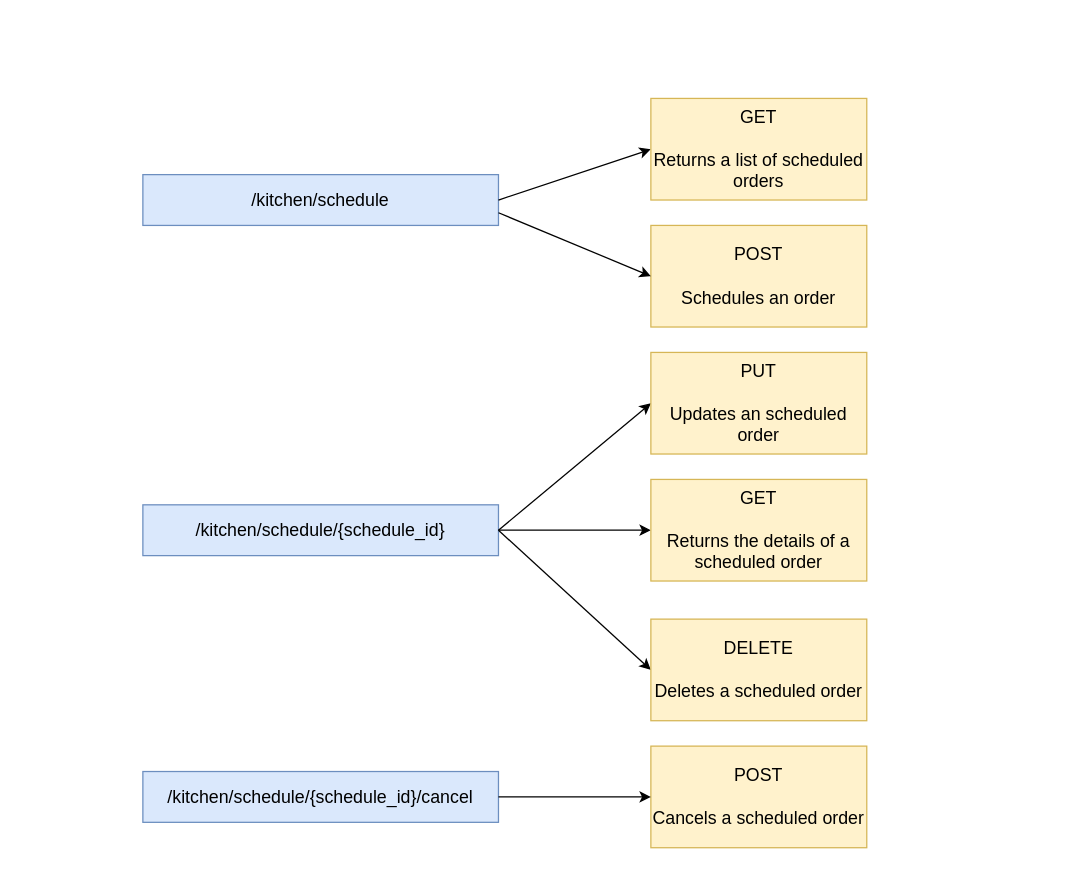
Earlier version of the draw.io diagram page "6.4" (4 of 15) of ch06.drawio (abunuwas/microservices-apis-img). Source tidied: cells renumbered, new cells numbered last; positions are measured from the earlier drawing's top-left corner, leaving out a move shared by most shapes. Both pictures are drawn from the tidied source at 127%, with x=0, y=0 at pixel (142, 98).
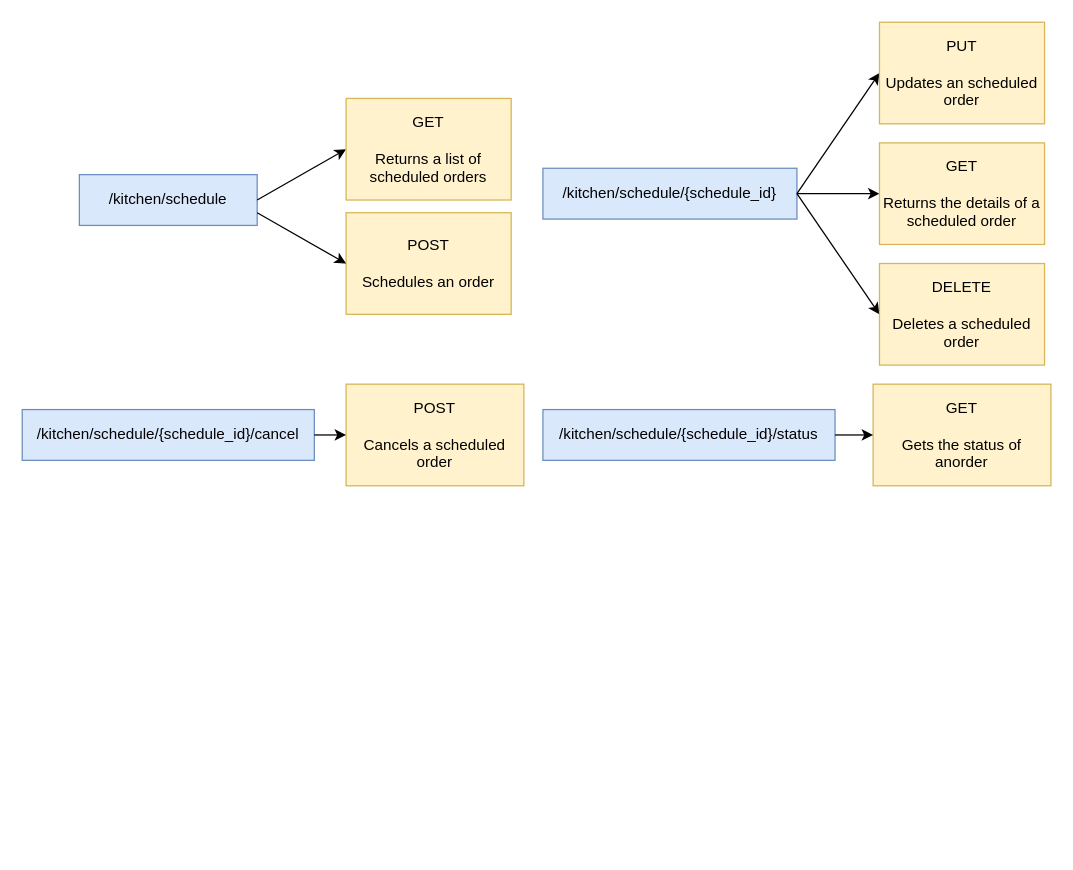
The same page after the edit.

What changed in the source:
```diff
@@
 <mxGraphModel>
   <root>
     <mxCell id="0" />
     <mxCell id="1" parent="0" />
-    <mxCell id="2" value="&lt;font style=&quot;font-size: 14px&quot;&gt;/kitchen/schedule&lt;/font&gt;" style="text;html=1;fillColor=#dae8fc;align=center;verticalAlign=middle;whiteSpace=wrap;rounded=0;strokeColor=#6c8ebf;" parent="1" vertex="1">
-      <mxGeometry y="60" width="280" height="40" as="geometry" />
+    <mxCell id="2" value="&lt;font style=&quot;font-size: 12px;&quot;&gt;/kitchen/schedule&lt;/font&gt;" style="text;html=1;fillColor=#dae8fc;align=center;verticalAlign=middle;whiteSpace=wrap;rounded=0;strokeColor=#6c8ebf;fontSize=12;" parent="1" vertex="1">
+      <mxGeometry x="-50" y="60" width="140" height="40" as="geometry" />
     </mxCell>
-    <mxCell id="3" value="&lt;font style=&quot;font-size: 14px&quot;&gt;/kitchen/schedule/{schedule_id}&lt;/font&gt;" style="text;html=1;fillColor=#dae8fc;align=center;verticalAlign=middle;whiteSpace=wrap;rounded=0;strokeColor=#6c8ebf;" parent="1" vertex="1">
-      <mxGeometry y="320" width="280" height="40" as="geometry" />
+    <mxCell id="3" value="&lt;font style=&quot;font-size: 12px;&quot;&gt;/kitchen/schedule/{schedule_id}&lt;/font&gt;" style="text;html=1;fillColor=#dae8fc;align=center;verticalAlign=middle;whiteSpace=wrap;rounded=0;strokeColor=#6c8ebf;fontSize=12;" parent="1" vertex="1">
+      <mxGeometry x="315" y="55" width="200" height="40" as="geometry" />
     </mxCell>
-    <mxCell id="4" value="&lt;font style=&quot;font-size: 14px&quot;&gt;/kitchen/schedule/{schedule_id}/cancel&lt;/font&gt;" style="text;html=1;fillColor=#dae8fc;align=center;verticalAlign=middle;whiteSpace=wrap;rounded=0;strokeColor=#6c8ebf;" parent="1" vertex="1">
-      <mxGeometry y="530" width="280" height="40" as="geometry" />
+    <mxCell id="4" value="&lt;font style=&quot;font-size: 12px;&quot;&gt;/kitchen/schedule/{schedule_id}/cancel&lt;/font&gt;" style="text;html=1;fillColor=#dae8fc;align=center;verticalAlign=middle;whiteSpace=wrap;rounded=0;strokeColor=#6c8ebf;fontSize=12;" parent="1" vertex="1">
+      <mxGeometry x="-95" y="245" width="230" height="40" as="geometry" />
     </mxCell>
-    <mxCell id="5" style="endArrow=classic;html=1;exitX=1;exitY=0.5;exitDx=0;exitDy=0;entryX=0;entryY=0.5;entryDx=0;entryDy=0;" parent="1" edge="1" source="2" target="6">
+    <mxCell id="5" style="endArrow=classic;html=1;exitX=1;exitY=0.5;exitDx=0;exitDy=0;entryX=0;entryY=0.5;entryDx=0;entryDy=0;fontSize=12;" parent="1" edge="1" source="2" target="6">
       <mxGeometry relative="1" as="geometry" />
     </mxCell>
-    <mxCell id="6" value="&lt;font style=&quot;font-size: 14px&quot;&gt;&lt;span&gt;GET&lt;br&gt;&lt;/span&gt;&lt;br&gt;&lt;font style=&quot;font-size: 14px&quot;&gt;Returns a list of scheduled orders&lt;/font&gt;&lt;br&gt;&lt;/font&gt;" style="text;html=1;fillColor=#fff2cc;align=center;verticalAlign=middle;whiteSpace=wrap;rounded=0;strokeColor=#d6b656;" parent="1" vertex="1">
-      <mxGeometry x="400" width="170" height="80" as="geometry" />
+    <mxCell id="6" value="&lt;font style=&quot;font-size: 12px;&quot;&gt;&lt;span style=&quot;font-size: 12px;&quot;&gt;GET&lt;br style=&quot;font-size: 12px;&quot;&gt;&lt;/span&gt;&lt;br style=&quot;font-size: 12px;&quot;&gt;&lt;font style=&quot;font-size: 12px;&quot;&gt;Returns a list of scheduled orders&lt;/font&gt;&lt;br style=&quot;font-size: 12px;&quot;&gt;&lt;/font&gt;" style="text;html=1;fillColor=#fff2cc;align=center;verticalAlign=middle;whiteSpace=wrap;rounded=0;strokeColor=#d6b656;fontSize=12;" parent="1" vertex="1">
+      <mxGeometry x="160" width="130" height="80" as="geometry" />
     </mxCell>
-    <mxCell id="7" value="&lt;font style=&quot;font-size: 14px&quot;&gt;&lt;span&gt;POST&lt;br&gt;&lt;/span&gt;&lt;br&gt;&lt;font style=&quot;font-size: 14px&quot;&gt;Schedules an order&lt;/font&gt;&lt;br&gt;&lt;/font&gt;" style="text;html=1;fillColor=#fff2cc;align=center;verticalAlign=middle;whiteSpace=wrap;rounded=0;strokeColor=#d6b656;" parent="1" vertex="1">
-      <mxGeometry x="400" y="100" width="170" height="80" as="geometry" />
+    <mxCell id="7" value="&lt;font style=&quot;font-size: 12px;&quot;&gt;&lt;span style=&quot;font-size: 12px;&quot;&gt;POST&lt;br style=&quot;font-size: 12px;&quot;&gt;&lt;/span&gt;&lt;br style=&quot;font-size: 12px;&quot;&gt;&lt;font style=&quot;font-size: 12px;&quot;&gt;Schedules an order&lt;/font&gt;&lt;br style=&quot;font-size: 12px;&quot;&gt;&lt;/font&gt;" style="text;html=1;fillColor=#fff2cc;align=center;verticalAlign=middle;whiteSpace=wrap;rounded=0;strokeColor=#d6b656;fontSize=12;" parent="1" vertex="1">
+      <mxGeometry x="160" y="90" width="130" height="80" as="geometry" />
     </mxCell>
-    <mxCell id="8" style="endArrow=classic;html=1;exitX=1;exitY=0.75;exitDx=0;exitDy=0;entryX=0;entryY=0.5;entryDx=0;entryDy=0;" parent="1" edge="1" source="2" target="7">
+    <mxCell id="8" style="endArrow=classic;html=1;exitX=1;exitY=0.75;exitDx=0;exitDy=0;entryX=0;entryY=0.5;entryDx=0;entryDy=0;fontSize=12;" parent="1" edge="1" source="2" target="7">
       <mxGeometry relative="1" as="geometry" />
     </mxCell>
-    <mxCell id="9" style="endArrow=classic;html=1;exitX=1;exitY=0.5;exitDx=0;exitDy=0;entryX=0;entryY=0.5;entryDx=0;entryDy=0;" parent="1" edge="1" source="3" target="10">
+    <mxCell id="9" style="endArrow=classic;html=1;exitX=1;exitY=0.5;exitDx=0;exitDy=0;entryX=0;entryY=0.5;entryDx=0;entryDy=0;fontSize=12;" parent="1" edge="1" source="3" target="10">
       <mxGeometry relative="1" as="geometry" />
     </mxCell>
-    <mxCell id="10" value="&lt;font style=&quot;font-size: 14px&quot;&gt;&lt;span&gt;GET&lt;br&gt;&lt;/span&gt;&lt;br&gt;&lt;font style=&quot;font-size: 14px&quot;&gt;Returns the details of a scheduled order&lt;/font&gt;&lt;br&gt;&lt;/font&gt;" style="text;html=1;fillColor=#fff2cc;align=center;verticalAlign=middle;whiteSpace=wrap;rounded=0;strokeColor=#d6b656;" parent="1" vertex="1">
-      <mxGeometry x="400" y="300" width="170" height="80" as="geometry" />
+    <mxCell id="10" value="&lt;font style=&quot;font-size: 12px;&quot;&gt;&lt;span style=&quot;font-size: 12px;&quot;&gt;GET&lt;br style=&quot;font-size: 12px;&quot;&gt;&lt;/span&gt;&lt;br style=&quot;font-size: 12px;&quot;&gt;&lt;font style=&quot;font-size: 12px;&quot;&gt;Returns the details of a scheduled order&lt;/font&gt;&lt;br style=&quot;font-size: 12px;&quot;&gt;&lt;/font&gt;" style="text;html=1;fillColor=#fff2cc;align=center;verticalAlign=middle;whiteSpace=wrap;rounded=0;strokeColor=#d6b656;fontSize=12;" parent="1" vertex="1">
+      <mxGeometry x="580" y="35" width="130" height="80" as="geometry" />
     </mxCell>
-    <mxCell id="11" style="endArrow=classic;html=1;exitX=1;exitY=0.5;exitDx=0;exitDy=0;entryX=0;entryY=0.5;entryDx=0;entryDy=0;" parent="1" edge="1" source="3" target="12">
+    <mxCell id="11" style="endArrow=classic;html=1;exitX=1;exitY=0.5;exitDx=0;exitDy=0;entryX=0;entryY=0.5;entryDx=0;entryDy=0;fontSize=12;" parent="1" edge="1" source="3" target="12">
       <mxGeometry relative="1" as="geometry" />
     </mxCell>
-    <mxCell id="12" value="&lt;font style=&quot;font-size: 14px&quot;&gt;&lt;span&gt;PUT&lt;br&gt;&lt;/span&gt;&lt;br&gt;&lt;font style=&quot;font-size: 14px&quot;&gt;Updates an scheduled order&lt;/font&gt;&lt;br&gt;&lt;/font&gt;" style="text;html=1;fillColor=#fff2cc;align=center;verticalAlign=middle;whiteSpace=wrap;rounded=0;strokeColor=#d6b656;" parent="1" vertex="1">
-      <mxGeometry x="400" y="200" width="170" height="80" as="geometry" />
+    <mxCell id="12" value="&lt;font style=&quot;font-size: 12px;&quot;&gt;&lt;span style=&quot;font-size: 12px;&quot;&gt;PUT&lt;br style=&quot;font-size: 12px;&quot;&gt;&lt;/span&gt;&lt;br style=&quot;font-size: 12px;&quot;&gt;&lt;font style=&quot;font-size: 12px;&quot;&gt;Updates an scheduled order&lt;/font&gt;&lt;br style=&quot;font-size: 12px;&quot;&gt;&lt;/font&gt;" style="text;html=1;fillColor=#fff2cc;align=center;verticalAlign=middle;whiteSpace=wrap;rounded=0;strokeColor=#d6b656;fontSize=12;" parent="1" vertex="1">
+      <mxGeometry x="580" y="-60" width="130" height="80" as="geometry" />
     </mxCell>
-    <mxCell id="13" style="endArrow=classic;html=1;exitX=1;exitY=0.5;exitDx=0;exitDy=0;entryX=0;entryY=0.5;entryDx=0;entryDy=0;" parent="1" edge="1" source="3" target="14">
+    <mxCell id="13" style="endArrow=classic;html=1;exitX=1;exitY=0.5;exitDx=0;exitDy=0;entryX=0;entryY=0.5;entryDx=0;entryDy=0;fontSize=12;" parent="1" edge="1" source="3" target="14">
       <mxGeometry relative="1" as="geometry" />
     </mxCell>
-    <mxCell id="14" value="&lt;font style=&quot;font-size: 14px&quot;&gt;&lt;span&gt;DELETE&lt;br&gt;&lt;/span&gt;&lt;br&gt;&lt;font style=&quot;font-size: 14px&quot;&gt;Deletes a scheduled order&lt;/font&gt;&lt;br&gt;&lt;/font&gt;" style="text;html=1;fillColor=#fff2cc;align=center;verticalAlign=middle;whiteSpace=wrap;rounded=0;strokeColor=#d6b656;" parent="1" vertex="1">
-      <mxGeometry x="400" y="410" width="170" height="80" as="geometry" />
+    <mxCell id="14" value="&lt;font style=&quot;font-size: 12px;&quot;&gt;&lt;span style=&quot;font-size: 12px;&quot;&gt;DELETE&lt;br style=&quot;font-size: 12px;&quot;&gt;&lt;/span&gt;&lt;br style=&quot;font-size: 12px;&quot;&gt;&lt;font style=&quot;font-size: 12px;&quot;&gt;Deletes a scheduled order&lt;/font&gt;&lt;br style=&quot;font-size: 12px;&quot;&gt;&lt;/font&gt;" style="text;html=1;fillColor=#fff2cc;align=center;verticalAlign=middle;whiteSpace=wrap;rounded=0;strokeColor=#d6b656;fontSize=12;" parent="1" vertex="1">
+      <mxGeometry x="580" y="130" width="130" height="80" as="geometry" />
     </mxCell>
-    <mxCell id="15" value="&lt;font style=&quot;font-size: 14px&quot;&gt;&lt;span&gt;POST&lt;br&gt;&lt;/span&gt;&lt;br&gt;&lt;font style=&quot;font-size: 14px&quot;&gt;Cancels a scheduled order&lt;/font&gt;&lt;br&gt;&lt;/font&gt;" style="text;html=1;fillColor=#fff2cc;align=center;verticalAlign=middle;whiteSpace=wrap;rounded=0;strokeColor=#d6b656;" parent="1" vertex="1">
-      <mxGeometry x="400" y="510" width="170" height="80" as="geometry" />
+    <mxCell id="15" value="&lt;font style=&quot;font-size: 12px;&quot;&gt;&lt;span style=&quot;font-size: 12px;&quot;&gt;POST&lt;br style=&quot;font-size: 12px;&quot;&gt;&lt;/span&gt;&lt;br style=&quot;font-size: 12px;&quot;&gt;&lt;font style=&quot;font-size: 12px;&quot;&gt;Cancels a scheduled order&lt;/font&gt;&lt;br style=&quot;font-size: 12px;&quot;&gt;&lt;/font&gt;" style="text;html=1;fillColor=#fff2cc;align=center;verticalAlign=middle;whiteSpace=wrap;rounded=0;strokeColor=#d6b656;fontSize=12;" parent="1" vertex="1">
+      <mxGeometry x="160" y="225" width="140" height="80" as="geometry" />
     </mxCell>
-    <mxCell id="16" style="endArrow=classic;html=1;exitX=1;exitY=0.5;exitDx=0;exitDy=0;entryX=0;entryY=0.5;entryDx=0;entryDy=0;" parent="1" edge="1" source="4" target="15">
+    <mxCell id="16" style="endArrow=classic;html=1;exitX=1;exitY=0.5;exitDx=0;exitDy=0;entryX=0;entryY=0.5;entryDx=0;entryDy=0;fontSize=12;" parent="1" edge="1" source="4" target="15">
       <mxGeometry relative="1" as="geometry" />
     </mxCell>
+    <mxCell id="17" value="&lt;font style=&quot;font-size: 12px&quot;&gt;/kitchen/schedule/{schedule_id}/status&lt;/font&gt;" style="text;html=1;fillColor=#dae8fc;align=center;verticalAlign=middle;whiteSpace=wrap;rounded=0;strokeColor=#6c8ebf;fontSize=12;" parent="1" vertex="1">
+      <mxGeometry x="315" y="245" width="230" height="40" as="geometry" />
+    </mxCell>
+    <mxCell id="18" value="&lt;font style=&quot;font-size: 12px&quot;&gt;&lt;span style=&quot;font-size: 12px&quot;&gt;GET&lt;br style=&quot;font-size: 12px&quot;&gt;&lt;/span&gt;&lt;br style=&quot;font-size: 12px&quot;&gt;&lt;font style=&quot;font-size: 12px&quot;&gt;Gets the status of anorder&lt;/font&gt;&lt;br style=&quot;font-size: 12px&quot;&gt;&lt;/font&gt;" style="text;html=1;fillColor=#fff2cc;align=center;verticalAlign=middle;whiteSpace=wrap;rounded=0;strokeColor=#d6b656;fontSize=12;" parent="1" vertex="1">
+      <mxGeometry x="575" y="225" width="140" height="80" as="geometry" />
+    </mxCell>
+    <mxCell id="19" style="endArrow=classic;html=1;exitX=1;exitY=0.5;exitDx=0;exitDy=0;entryX=0;entryY=0.5;entryDx=0;entryDy=0;fontSize=12;" parent="1" edge="1" source="17" target="18">
+      <mxGeometry relative="1" as="geometry" />
+    </mxCell>
   </root>
 </mxGraphModel>
```
